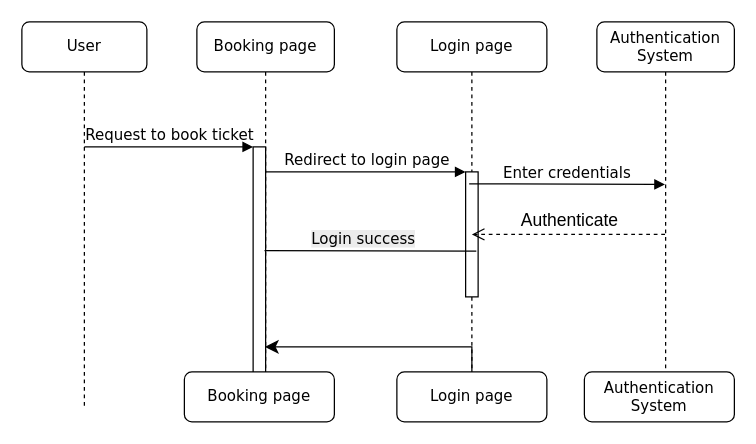
Earlier version of the draw.io diagram Activity-Week5/4-Activity/AirNZ Sequential Diagram.drawio (Rebeccavix/MSE800-Professional-Software-Engineering-dela-Cruz). Source tidied: cells renumbered, new cells numbered last; positions are measured from the earlier drawing's top-left corner, leaving out a move shared by most shapes. Both pictures are drawn from the tidied source at 125%, with x=0, y=0 at pixel (21, 21).
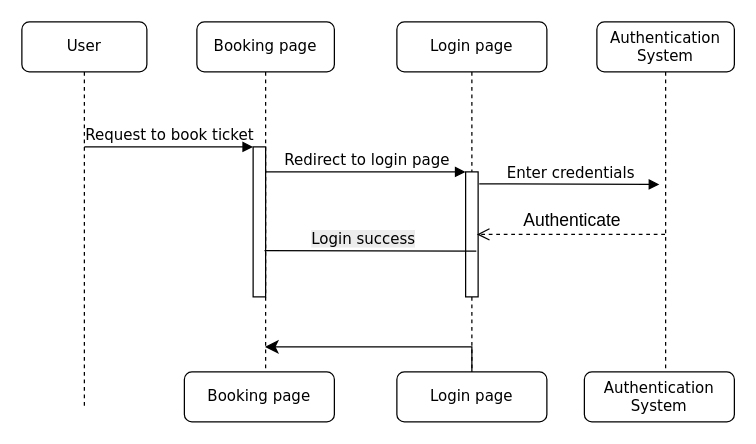
Above is the later version.

The change refers to these unchanged cells:
```xml
<mxCell id="2" value="Booking page" style="shape=umlLifeline;perimeter=lifelinePerimeter;whiteSpace=wrap;html=1;outlineConnect=0;rounded=1;shadow=0;comic=0;labelBackgroundColor=none;strokeWidth=1;fontFamily=Verdana;fontSize=12;align=center;" parent="1" vertex="1">
  <mxGeometry x="140" width="110" height="300" as="geometry" />
</mxCell>
<mxCell id="6" style="html=1;points=[];perimeter=orthogonalPerimeter;rounded=0;shadow=0;comic=0;labelBackgroundColor=none;strokeWidth=1;fontFamily=Verdana;fontSize=12;align=center;" parent="5" vertex="1">
  <mxGeometry x="55" y="120" width="10" height="100" as="geometry" />
</mxCell>
<mxCell id="9" value="Authentication System" style="shape=umlLifeline;perimeter=lifelinePerimeter;whiteSpace=wrap;html=1;outlineConnect=0;rounded=1;shadow=0;comic=0;labelBackgroundColor=none;strokeWidth=1;fontFamily=Verdana;fontSize=12;align=center;" parent="1" vertex="1">
  <mxGeometry x="460" width="110" height="280" as="geometry" />
</mxCell>
```

The edit, as a diff of the source:
```diff
@@
     <mxCell id="3" style="html=1;points=[];perimeter=orthogonalPerimeter;rounded=0;shadow=0;comic=0;labelBackgroundColor=none;strokeWidth=1;fontFamily=Verdana;fontSize=12;align=center;" parent="2" vertex="1">
-      <mxGeometry x="45" y="100" width="10" height="200" as="geometry" />
+      <mxGeometry x="45" y="100" width="10" height="120" as="geometry" />
     </mxCell>
@@
-    <mxCell id="15" value="Enter credentials" style="html=1;verticalAlign=bottom;endArrow=block;labelBackgroundColor=none;fontFamily=Verdana;fontSize=12;edgeStyle=elbowEdgeStyle;elbow=vertical;exitX=0.286;exitY=0.096;exitDx=0;exitDy=0;exitPerimeter=0;" parent="1" edge="1" source="6" target="9">
+    <mxCell id="15" value="Enter credentials" style="html=1;verticalAlign=bottom;endArrow=block;labelBackgroundColor=none;fontFamily=Verdana;fontSize=12;edgeStyle=elbowEdgeStyle;elbow=vertical;exitX=0.286;exitY=0.096;exitDx=0;exitDy=0;exitPerimeter=0;" parent="1" edge="1">
       <mxGeometry x="0.01" relative="1" as="geometry">
-        <Array as="points">
-          <mxPoint x="380" y="130" />
-        </Array>
+        <mxPoint x="365.9" y="129.6" as="sourcePoint" />
+        <mxPoint x="510" y="130" as="targetPoint" />
       </mxGeometry>
     </mxCell>
     <mxCell id="16" value="&lt;font style=&quot;font-size: 14px;&quot;&gt;Authenticate&lt;/font&gt;" style="html=1;verticalAlign=bottom;endArrow=open;dashed=1;endSize=8;curved=0;rounded=0;" parent="1" edge="1" source="9">
       <mxGeometry relative="1" as="geometry">
-        <mxPoint x="360" y="170" as="targetPoint" />
+        <mxPoint x="364" y="170" as="targetPoint" />
         <Array as="points">
           <mxPoint x="450" y="170" />
         </Array>
       </mxGeometry>
     </mxCell>
```
